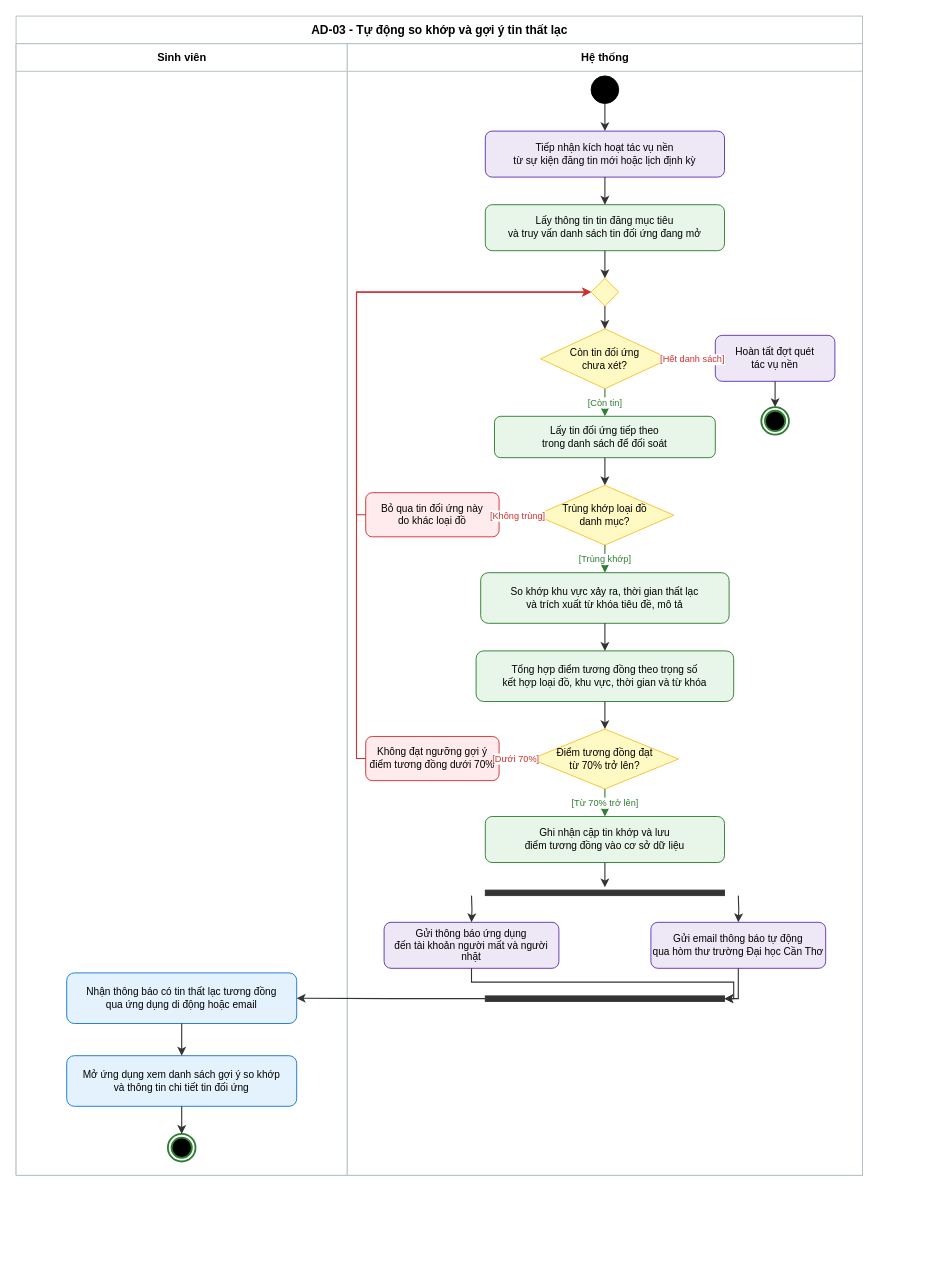
Earlier version of the draw.io diagram 03_MoHinh/FileGoc/AD03_SoKhopTinDang_v1.0.drawio (lexipit3268/CT241_DeTai05). Source tidied: cells renumbered, new cells numbered last; positions are measured from the earlier drawing's top-left corner, leaving out a move shared by most shapes. Both pictures are drawn from the tidied source at 92%, with x=0, y=0 at pixel (16, 16).
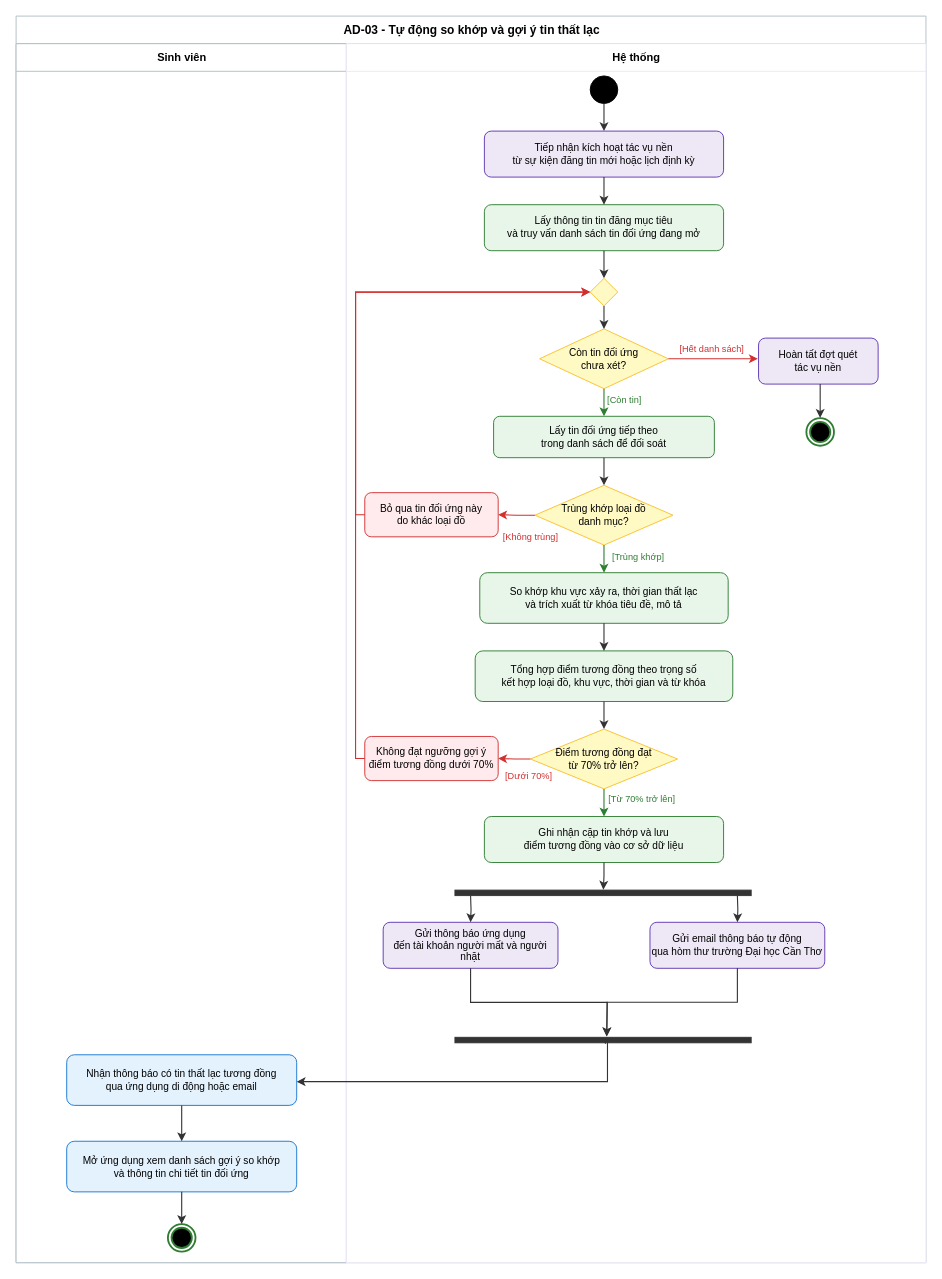
The same diagram, later.

Commit message (it also covers changes not shown here):
update: them sequence-01

The change refers to these unchanged cells:
```xml
<mxCell id="14" value="Còn tin đối ứng&#10;chưa xét?" style="rhombus;whiteSpace=wrap;html=1;fillColor=#FFF9C4;strokeColor=#FBC02D;fontSize=11;align=center;" parent="9" vertex="1">
  <mxGeometry x="210" y="310" width="140" height="65" as="geometry" />
</mxCell>
<mxCell id="17" value="Lấy tin đối ứng tiếp theo&#10;trong danh sách để đối soát" style="rounded=1;whiteSpace=wrap;html=1;fillColor=#E8F5E9;strokeColor=#2E7D32;fontSize=11;align=center;" parent="9" vertex="1">
  <mxGeometry x="160" y="405" width="240" height="45" as="geometry" />
</mxCell>
<mxCell id="18" value="Trùng khớp loại đồ&#10;danh mục?" style="rhombus;whiteSpace=wrap;html=1;fillColor=#FFF9C4;strokeColor=#FBC02D;fontSize=11;align=center;" parent="9" vertex="1">
  <mxGeometry x="205" y="480" width="150" height="65" as="geometry" />
</mxCell>
<mxCell id="19" value="Bỏ qua tin đối ứng này&#10;do khác loại đồ" style="rounded=1;whiteSpace=wrap;html=1;fillColor=#FFEBEE;strokeColor=#D32F2F;fontSize=11;align=center;" parent="9" vertex="1">
  <mxGeometry x="20" y="488" width="145" height="48" as="geometry" />
</mxCell>
<mxCell id="20" value="So khớp khu vực xảy ra, thời gian thất lạc&#10;và trích xuất từ khóa tiêu đề, mô tả" style="rounded=1;whiteSpace=wrap;html=1;fillColor=#E8F5E9;strokeColor=#2E7D32;fontSize=11;align=center;" parent="9" vertex="1">
  <mxGeometry x="145" y="575" width="270" height="55" as="geometry" />
</mxCell>
<mxCell id="22" value="Điểm tương đồng đạt&#10;từ 70% trở lên?" style="rhombus;whiteSpace=wrap;html=1;fillColor=#FFF9C4;strokeColor=#FBC02D;fontSize=11;align=center;" parent="9" vertex="1">
  <mxGeometry x="200" y="745" width="160" height="65" as="geometry" />
</mxCell>
<mxCell id="23" value="Không đạt ngưỡng gợi ý&#10;điểm tương đồng dưới 70%" style="rounded=1;whiteSpace=wrap;html=1;fillColor=#FFEBEE;strokeColor=#D32F2F;fontSize=11;align=center;" parent="9" vertex="1">
  <mxGeometry x="20" y="753" width="145" height="48" as="geometry" />
</mxCell>
<mxCell id="24" value="Ghi nhận cặp tin khớp và lưu&#10;điểm tương đồng vào cơ sở dữ liệu" style="rounded=1;whiteSpace=wrap;html=1;fillColor=#E8F5E9;strokeColor=#2E7D32;fontSize=11;align=center;" parent="9" vertex="1">
  <mxGeometry x="150" y="840" width="260" height="50" as="geometry" />
</mxCell>
<mxCell id="26" value="Gửi thông báo ứng dụng&#10;đến tài khoản người mất và người nhặt" style="rounded=1;whiteSpace=wrap;html=1;fillColor=#EDE7F6;strokeColor=#5E35B1;fontSize=11;align=center;" parent="9" vertex="1">
  <mxGeometry x="40" y="955" width="190" height="50" as="geometry" />
</mxCell>
<mxCell id="27" value="Gửi email thông báo tự động&#10;qua hòm thư trường Đại học Cần Thơ" style="rounded=1;whiteSpace=wrap;html=1;fillColor=#EDE7F6;strokeColor=#5E35B1;fontSize=11;align=center;" parent="9" vertex="1">
  <mxGeometry x="330" y="955" width="190" height="50" as="geometry" />
</mxCell>
```

The edit, as a diff of the source:
```diff
@@
     <mxCell id="2" value="AD-03 - Tự động so khớp và gợi ý tin thất lạc" style="swimlane;startSize=30;html=1;horizontal=1;fontSize=13;fontStyle=1;align=center;fillColor=default;strokeColor=#B0BEC5;strokeWidth=1;" parent="1" vertex="1">
-      <mxGeometry width="920" height="1260" as="geometry" />
+      <mxGeometry width="989" height="1355" as="geometry" />
     </mxCell>
     <mxCell id="3" value="Sinh viên" style="swimlane;startSize=30;html=1;fontSize=12;fontStyle=1;align=center;fillColor=default;strokeColor=#B0BEC5;swimlaneFillColor=default;" parent="2" vertex="1">
-      <mxGeometry y="30" width="360" height="1230" as="geometry" />
+      <mxGeometry y="30" width="359" height="1325" as="geometry" />
     </mxCell>
     <mxCell id="4" value="Nhận thông báo có tin thất lạc tương đồng&#10;qua ứng dụng di động hoặc email" style="rounded=1;whiteSpace=wrap;html=1;fillColor=#E3F2FD;strokeColor=#1976D2;fontSize=11;align=center;" parent="3" vertex="1">
-      <mxGeometry x="55" y="1010" width="250" height="55" as="geometry" />
+      <mxGeometry x="55" y="1099" width="250" height="55" as="geometry" />
     </mxCell>
     <mxCell id="5" value="Mở ứng dụng xem danh sách gợi ý so khớp&#10;và thông tin chi tiết tin đối ứng" style="rounded=1;whiteSpace=wrap;html=1;fillColor=#E3F2FD;strokeColor=#1976D2;fontSize=11;align=center;" parent="3" vertex="1">
-      <mxGeometry x="55" y="1100" width="250" height="55" as="geometry" />
+      <mxGeometry x="55" y="1193" width="250" height="55" as="geometry" />
     </mxCell>
     <mxCell id="6" style="ellipse;html=1;shape=endState;fillColor=#000000;strokeColor=#2E7D32;strokeWidth=2;" parent="3" vertex="1">
-      <mxGeometry x="165" y="1185" width="30" height="30" as="geometry" />
+      <mxGeometry x="165" y="1283" width="30" height="30" as="geometry" />
     </mxCell>
@@
-    <mxCell id="9" value="Hệ thống" style="swimlane;startSize=30;html=1;fontSize=12;fontStyle=1;align=center;fillColor=default;strokeColor=#B0BEC5;swimlaneFillColor=default;" parent="2" vertex="1">
-      <mxGeometry x="360" y="30" width="560" height="1230" as="geometry" />
+    <mxCell id="9" value="Hệ thống" style="swimlane;startSize=30;html=1;fontSize=12;fontStyle=1;align=center;fillColor=default;strokeColor=light-dark(#EDE7F6,#FFFFFF);swimlaneFillColor=default;" parent="2" vertex="1">
+      <mxGeometry x="359" y="30" width="630" height="1325" as="geometry" />
     </mxCell>
@@
     <mxCell id="15" value="Hoàn tất đợt quét&#10;tác vụ nền" style="rounded=1;whiteSpace=wrap;html=1;fillColor=#EDE7F6;strokeColor=#5E35B1;fontSize=11;align=center;" parent="9" vertex="1">
-      <mxGeometry x="400" y="317" width="130" height="50" as="geometry" />
+      <mxGeometry x="448" y="320" width="130" height="50" as="geometry" />
     </mxCell>
     <mxCell id="16" style="ellipse;html=1;shape=endState;fillColor=#000000;strokeColor=#2E7D32;strokeWidth=2;" parent="9" vertex="1">
-      <mxGeometry x="450" y="395" width="30" height="30" as="geometry" />
+      <mxGeometry x="500" y="407" width="30" height="30" as="geometry" />
     </mxCell>
@@
     <mxCell id="25" style="html=1;points=[];perimeter=orthogonalPerimeter;fillColor=#333333;strokeColor=#333333;direction=south;" parent="9" vertex="1">
-      <mxGeometry x="150" y="920" width="260" height="6" as="geometry" />
+      <mxGeometry x="118" y="920" width="322" height="6" as="geometry" />
     </mxCell>
@@
     <mxCell id="28" style="html=1;points=[];perimeter=orthogonalPerimeter;fillColor=#333333;strokeColor=#333333;direction=south;" parent="9" vertex="1">
-      <mxGeometry x="150" y="1035" width="260" height="6" as="geometry" />
+      <mxGeometry x="118" y="1080" width="322" height="6" as="geometry" />
     </mxCell>
@@
-    <mxCell id="33" value="[Hết danh sách]" style="edgeStyle=orthogonalEdgeStyle;rounded=0;html=1;strokeColor=#D32F2F;strokeWidth=1.2;fontColor=#D32F2F;fontSize=10;" parent="9" edge="1" source="14" target="15">
-      <mxGeometry relative="1" as="geometry" />
+    <mxCell id="33" value="[Hết danh sách]" style="edgeStyle=orthogonalEdgeStyle;rounded=0;html=1;strokeColor=#D32F2F;strokeWidth=1.2;fontColor=#D32F2F;fontSize=10;" parent="9" edge="1" source="14">
+      <mxGeometry x="-0.03" y="11" relative="1" as="geometry">
+        <mxPoint x="447.2" y="342.5" as="targetPoint" />
+      </mxGeometry>
     </mxCell>
-    <mxCell id="34" style="edgeStyle=orthogonalEdgeStyle;rounded=0;html=1;strokeColor=#333333;strokeWidth=1.2;entryX=0.5;entryY=0;entryDx=0;entryDy=0;" parent="9" edge="1" source="15" target="16">
-      <mxGeometry relative="1" as="geometry" />
+    <mxCell id="34" style="edgeStyle=orthogonalEdgeStyle;rounded=0;html=1;strokeColor=#333333;strokeWidth=1.2;" parent="9" edge="1" source="15">
+      <mxGeometry x="-0.02" relative="1" as="geometry">
+        <mxPoint x="515" y="406.7" as="targetPoint" />
+        <Array as="points">
+          <mxPoint x="515" y="379.9" />
+          <mxPoint x="515" y="379.9" />
+        </Array>
+      </mxGeometry>
     </mxCell>
     <mxCell id="35" value="[Còn tin]" style="edgeStyle=orthogonalEdgeStyle;rounded=0;html=1;strokeColor=#2E7D32;strokeWidth=1.2;fontColor=#2E7D32;fontSize=10;" parent="9" edge="1" source="14" target="17">
-      <mxGeometry relative="1" as="geometry" />
+      <mxGeometry x="-0.19" y="22" relative="1" as="geometry" />
     </mxCell>
@@
     <mxCell id="37" value="[Không trùng]" style="edgeStyle=orthogonalEdgeStyle;rounded=0;html=1;strokeColor=#D32F2F;strokeWidth=1.2;fontColor=#D32F2F;fontSize=10;" parent="9" edge="1" source="18" target="19">
-      <mxGeometry relative="1" as="geometry" />
+      <mxGeometry x="-0.76" y="23" relative="1" as="geometry" />
     </mxCell>
@@
     <mxCell id="39" value="[Trùng khớp]" style="edgeStyle=orthogonalEdgeStyle;rounded=0;html=1;strokeColor=#2E7D32;strokeWidth=1.2;fontColor=#2E7D32;fontSize=10;" parent="9" edge="1" source="18" target="20">
-      <mxGeometry relative="1" as="geometry" />
+      <mxGeometry x="-0.13" y="37" relative="1" as="geometry" />
     </mxCell>
@@
     <mxCell id="42" value="[Dưới 70%]" style="edgeStyle=orthogonalEdgeStyle;rounded=0;html=1;strokeColor=#D32F2F;strokeWidth=1.2;fontColor=#D32F2F;fontSize=10;" parent="9" edge="1" source="22" target="23">
-      <mxGeometry relative="1" as="geometry" />
+      <mxGeometry x="-0.88" y="18" relative="1" as="geometry" />
     </mxCell>
@@
     <mxCell id="44" value="[Từ 70% trở lên]" style="edgeStyle=orthogonalEdgeStyle;rounded=0;html=1;strokeColor=#2E7D32;strokeWidth=1.2;fontColor=#2E7D32;fontSize=10;" parent="9" edge="1" source="22" target="24">
-      <mxGeometry relative="1" as="geometry" />
+      <mxGeometry x="-0.26" y="41" relative="1" as="geometry" />
     </mxCell>
-    <mxCell id="45" style="edgeStyle=orthogonalEdgeStyle;rounded=0;html=1;strokeColor=#333333;strokeWidth=1.2;entryX=-0.5;entryY=0.5;entryDx=0;entryDy=0;entryPerimeter=0;" parent="9" edge="1" source="24" target="25">
-      <mxGeometry relative="1" as="geometry" />
+    <mxCell id="45" style="edgeStyle=orthogonalEdgeStyle;rounded=0;html=1;strokeColor=#333333;strokeWidth=1.2;entryX=-0.08;entryY=0.499;entryDx=0;entryDy=0;entryPerimeter=0;" parent="9" edge="1" source="24" target="25">
+      <mxGeometry x="-0.07" relative="1" as="geometry" />
     </mxCell>
@@
-    <mxCell id="48" style="edgeStyle=orthogonalEdgeStyle;rounded=0;html=1;strokeColor=#333333;strokeWidth=1.2;entryX=0.5;entryY=0;entryDx=0;entryDy=0;" parent="9" edge="1" source="26" target="28">
-      <mxGeometry relative="1" as="geometry" />
+    <mxCell id="48" style="edgeStyle=orthogonalEdgeStyle;rounded=0;html=1;strokeColor=#333333;strokeWidth=1.2;exitX=0.5;exitY=1;exitDx=0;exitDy=0;" parent="9" edge="1" source="26">
+      <mxGeometry relative="1" as="geometry">
+        <mxPoint x="283" y="1079" as="targetPoint" />
+      </mxGeometry>
     </mxCell>
-    <mxCell id="49" style="edgeStyle=orthogonalEdgeStyle;rounded=0;html=1;strokeColor=#333333;strokeWidth=1.2;entryX=0.5;entryY=0;entryDx=0;entryDy=0;" parent="9" edge="1" source="27" target="28">
-      <mxGeometry relative="1" as="geometry" />
+    <mxCell id="49" style="edgeStyle=orthogonalEdgeStyle;rounded=0;html=1;strokeColor=#333333;strokeWidth=1.2;exitX=0.5;exitY=1;exitDx=0;exitDy=0;" parent="9" edge="1" source="27">
+      <mxGeometry relative="1" as="geometry">
+        <mxPoint x="283" y="1078.8" as="targetPoint" />
+      </mxGeometry>
     </mxCell>
-    <mxCell id="50" style="edgeStyle=orthogonalEdgeStyle;rounded=0;html=1;strokeColor=#333333;strokeWidth=1.2;entryX=1;entryY=0.5;entryDx=0;entryDy=0;" parent="2" edge="1" source="28" target="4">
-      <mxGeometry relative="1" as="geometry" />
-    </mxCell>
+    <mxCell id="51" style="edgeStyle=orthogonalEdgeStyle;rounded=0;html=1;strokeColor=#333333;strokeWidth=1.2;" parent="1" edge="1" target="4">
+      <mxGeometry x="0.25" relative="1" as="geometry">
+        <mxPoint x="640.6" y="1117.1" as="sourcePoint" />
+        <Array as="points">
+          <mxPoint x="640.6" y="1113.2" />
+          <mxPoint x="642.8" y="1113.2" />
+          <mxPoint x="642.8" y="1158.2" />
+        </Array>
+      </mxGeometry>
+    </mxCell>
```
